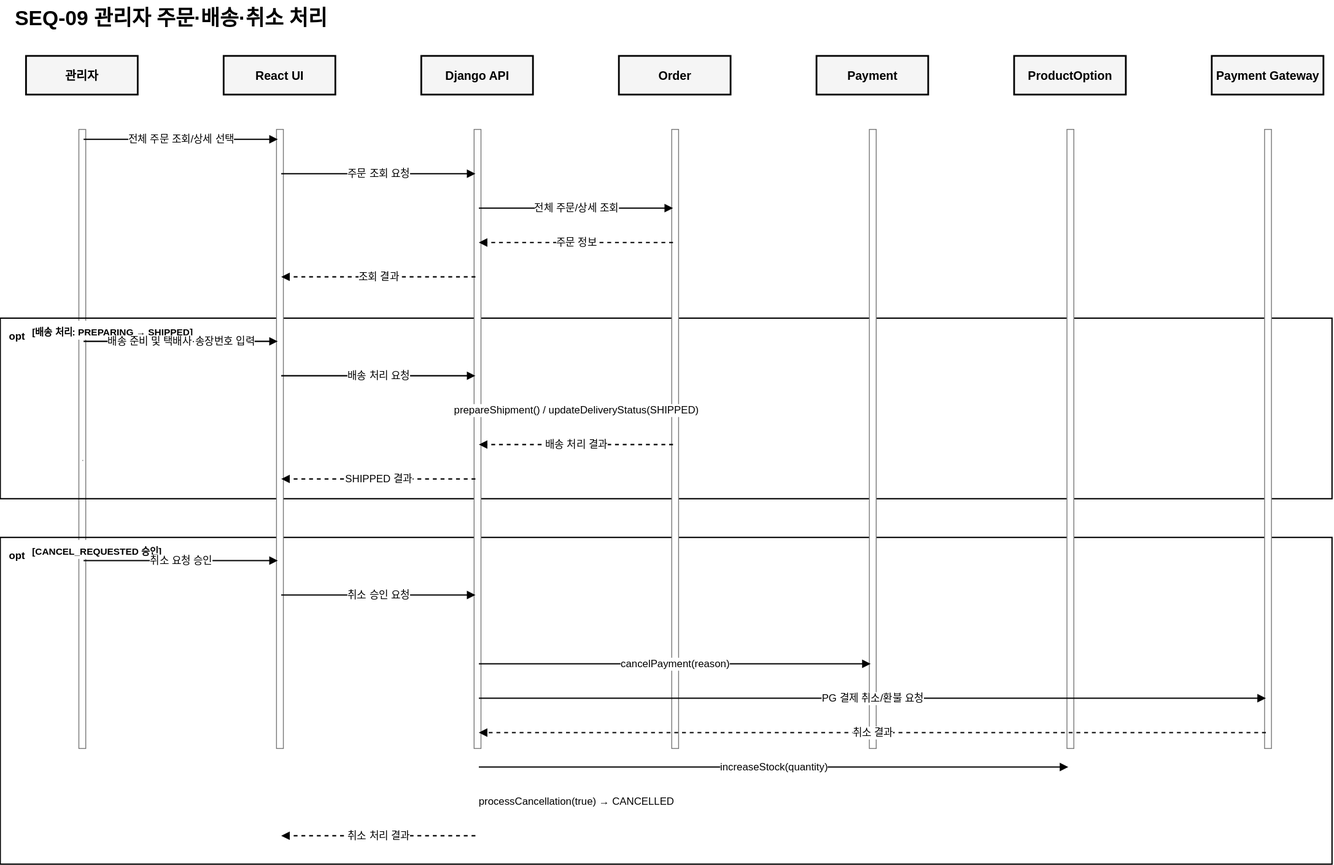
The draw.io diagram docs/frontend/sequence-diagrams/sequence-diagram-seq-09.drawio.svg in seren-wib/coffee-shop, before a commit. Source tidied: cells renumbered, new cells last; positions are measured from the earlier drawing's top-left corner, leaving out a move shared by most shapes. Source of this version:
```xml
<mxGraphModel>
  <root>
    <mxCell id="0" />
    <mxCell id="1" parent="0" />
    <mxCell id="2" style="rounded=0;html=1;strokeColor=#777777;fillColor=#ffffff;" parent="1" vertex="1">
      <mxGeometry x="91" y="150" width="8" height="720" as="geometry" />
    </mxCell>
    <mxCell id="3" value="SEQ-09 관리자 주문·배송·취소 처리" style="text;html=1;strokeColor=none;fillColor=none;fontSize=24;fontStyle=1;" parent="1" vertex="1">
      <mxGeometry x="15" width="1450" height="40" as="geometry" />
    </mxCell>
    <mxCell id="4" value="opt" style="rounded=0;whiteSpace=wrap;html=1;strokeWidth=1.5;fillColor=none;fontSize=12;fontStyle=1;align=left;verticalAlign=top;spacingTop=7;spacingLeft=8;" parent="1" vertex="1">
      <mxGeometry y="370" width="1550" height="210" as="geometry" />
    </mxCell>
    <mxCell id="5" value="[배송 처리: PREPARING → SHIPPED]" style="text;html=1;strokeColor=none;fillColor=#ffffff;fontSize=11;fontStyle=1;align=left;" parent="1" vertex="1">
      <mxGeometry x="35" y="373" width="260" height="22" as="geometry" />
    </mxCell>
    <mxCell id="6" value="opt" style="rounded=0;whiteSpace=wrap;html=1;strokeWidth=1.5;fillColor=none;fontSize=12;fontStyle=1;align=left;verticalAlign=top;spacingTop=7;spacingLeft=8;" parent="1" vertex="1">
      <mxGeometry y="625" width="1550" height="380" as="geometry" />
    </mxCell>
    <mxCell id="7" value="[CANCEL_REQUESTED 승인]" style="text;html=1;strokeColor=none;fillColor=#ffffff;fontSize=11;fontStyle=1;align=left;" parent="1" vertex="1">
      <mxGeometry x="35" y="628" width="260" height="22" as="geometry" />
    </mxCell>
    <mxCell id="8" value="관리자" style="rounded=0;whiteSpace=wrap;html=1;strokeWidth=2;fillColor=#f5f5f5;fontStyle=1;fontSize=14;" parent="1" vertex="1">
      <mxGeometry x="30" y="65" width="130" height="45" as="geometry" />
    </mxCell>
    <mxCell id="9" style="shape=line;html=1;strokeWidth=1.2;dashed=1;strokeColor=#777777;" parent="1" vertex="1">
      <mxGeometry x="95" y="110" width="1" height="850" as="geometry" />
    </mxCell>
    <mxCell id="10" value="React UI" style="rounded=0;whiteSpace=wrap;html=1;strokeWidth=2;fillColor=#f5f5f5;fontStyle=1;fontSize=14;" parent="1" vertex="1">
      <mxGeometry x="260" y="65" width="130" height="45" as="geometry" />
    </mxCell>
    <mxCell id="11" style="shape=line;html=1;strokeWidth=1.2;dashed=1;strokeColor=#777777;" parent="1" vertex="1">
      <mxGeometry x="325" y="110" width="1" height="850" as="geometry" />
    </mxCell>
    <mxCell id="12" style="rounded=0;html=1;strokeColor=#777777;fillColor=#ffffff;" parent="1" vertex="1">
      <mxGeometry x="321" y="150" width="8" height="720" as="geometry" />
    </mxCell>
    <mxCell id="13" value="Django API" style="rounded=0;whiteSpace=wrap;html=1;strokeWidth=2;fillColor=#f5f5f5;fontStyle=1;fontSize=14;" parent="1" vertex="1">
      <mxGeometry x="490" y="65" width="130" height="45" as="geometry" />
    </mxCell>
    <mxCell id="14" style="shape=line;html=1;strokeWidth=1.2;dashed=1;strokeColor=#777777;" parent="1" vertex="1">
      <mxGeometry x="555" y="110" width="1" height="850" as="geometry" />
    </mxCell>
    <mxCell id="15" style="rounded=0;html=1;strokeColor=#777777;fillColor=#ffffff;" parent="1" vertex="1">
      <mxGeometry x="551" y="150" width="8" height="720" as="geometry" />
    </mxCell>
    <mxCell id="16" value="Order" style="rounded=0;whiteSpace=wrap;html=1;strokeWidth=2;fillColor=#f5f5f5;fontStyle=1;fontSize=14;" parent="1" vertex="1">
      <mxGeometry x="720" y="65" width="130" height="45" as="geometry" />
    </mxCell>
    <mxCell id="17" style="shape=line;html=1;strokeWidth=1.2;dashed=1;strokeColor=#777777;" parent="1" vertex="1">
      <mxGeometry x="785" y="110" width="1" height="850" as="geometry" />
    </mxCell>
    <mxCell id="18" style="rounded=0;html=1;strokeColor=#777777;fillColor=#ffffff;" parent="1" vertex="1">
      <mxGeometry x="781" y="150" width="8" height="720" as="geometry" />
    </mxCell>
    <mxCell id="19" value="Payment" style="rounded=0;whiteSpace=wrap;html=1;strokeWidth=2;fillColor=#f5f5f5;fontStyle=1;fontSize=14;" parent="1" vertex="1">
      <mxGeometry x="950" y="65" width="130" height="45" as="geometry" />
    </mxCell>
    <mxCell id="20" style="shape=line;html=1;strokeWidth=1.2;dashed=1;strokeColor=#777777;" parent="1" vertex="1">
      <mxGeometry x="1015" y="110" width="1" height="850" as="geometry" />
    </mxCell>
    <mxCell id="21" style="rounded=0;html=1;strokeColor=#777777;fillColor=#ffffff;" parent="1" vertex="1">
      <mxGeometry x="1011" y="150" width="8" height="720" as="geometry" />
    </mxCell>
    <mxCell id="22" value="ProductOption" style="rounded=0;whiteSpace=wrap;html=1;strokeWidth=2;fillColor=#f5f5f5;fontStyle=1;fontSize=14;" parent="1" vertex="1">
      <mxGeometry x="1180" y="65" width="130" height="45" as="geometry" />
    </mxCell>
    <mxCell id="23" style="shape=line;html=1;strokeWidth=1.2;dashed=1;strokeColor=#777777;" parent="1" vertex="1">
      <mxGeometry x="1245" y="110" width="1" height="850" as="geometry" />
    </mxCell>
    <mxCell id="24" style="rounded=0;html=1;strokeColor=#777777;fillColor=#ffffff;" parent="1" vertex="1">
      <mxGeometry x="1241" y="150" width="8" height="720" as="geometry" />
    </mxCell>
    <mxCell id="25" value="Payment Gateway" style="rounded=0;whiteSpace=wrap;html=1;strokeWidth=2;fillColor=#f5f5f5;fontStyle=1;fontSize=14;" parent="1" vertex="1">
      <mxGeometry x="1410" y="65" width="130" height="45" as="geometry" />
    </mxCell>
    <mxCell id="26" style="shape=line;html=1;strokeWidth=1.2;dashed=1;strokeColor=#777777;" parent="1" vertex="1">
      <mxGeometry x="1475" y="110" width="1" height="850" as="geometry" />
    </mxCell>
    <mxCell id="27" style="rounded=0;html=1;strokeColor=#777777;fillColor=#ffffff;" parent="1" vertex="1">
      <mxGeometry x="1471" y="150" width="8" height="720" as="geometry" />
    </mxCell>
    <mxCell id="28" style="ellipse;html=1;strokeColor=none;fillColor=none;" parent="1" vertex="1">
      <mxGeometry x="93" y="160" width="4" height="4" as="geometry" />
    </mxCell>
    <mxCell id="29" style="ellipse;html=1;strokeColor=none;fillColor=none;" parent="1" vertex="1">
      <mxGeometry x="323" y="160" width="4" height="4" as="geometry" />
    </mxCell>
    <mxCell id="30" value="전체 주문 조회/상세 선택" style="edgeStyle=none;html=1;endArrow=block;endFill=1;strokeWidth=1.5;fontSize=12;labelBackgroundColor=#ffffff;" parent="1" edge="1" source="28" target="29">
      <mxGeometry relative="1" as="geometry" />
    </mxCell>
    <mxCell id="31" style="ellipse;html=1;strokeColor=none;fillColor=none;" parent="1" vertex="1">
      <mxGeometry x="323" y="200" width="4" height="4" as="geometry" />
    </mxCell>
    <mxCell id="32" style="ellipse;html=1;strokeColor=none;fillColor=none;" parent="1" vertex="1">
      <mxGeometry x="553" y="200" width="4" height="4" as="geometry" />
    </mxCell>
    <mxCell id="33" value="주문 조회 요청" style="edgeStyle=none;html=1;endArrow=block;endFill=1;strokeWidth=1.5;fontSize=12;labelBackgroundColor=#ffffff;" parent="1" edge="1" source="31" target="32">
      <mxGeometry relative="1" as="geometry" />
    </mxCell>
    <mxCell id="34" style="ellipse;html=1;strokeColor=none;fillColor=none;" parent="1" vertex="1">
      <mxGeometry x="553" y="240" width="4" height="4" as="geometry" />
    </mxCell>
    <mxCell id="35" style="ellipse;html=1;strokeColor=none;fillColor=none;" parent="1" vertex="1">
      <mxGeometry x="783" y="240" width="4" height="4" as="geometry" />
    </mxCell>
    <mxCell id="36" value="전체 주문/상세 조회" style="edgeStyle=none;html=1;endArrow=block;endFill=1;strokeWidth=1.5;fontSize=12;labelBackgroundColor=#ffffff;" parent="1" edge="1" source="34" target="35">
      <mxGeometry relative="1" as="geometry" />
    </mxCell>
    <mxCell id="37" style="ellipse;html=1;strokeColor=none;fillColor=none;" parent="1" vertex="1">
      <mxGeometry x="783" y="280" width="4" height="4" as="geometry" />
    </mxCell>
    <mxCell id="38" style="ellipse;html=1;strokeColor=none;fillColor=none;" parent="1" vertex="1">
      <mxGeometry x="553" y="280" width="4" height="4" as="geometry" />
    </mxCell>
    <mxCell id="39" value="주문 정보" style="edgeStyle=none;html=1;endArrow=block;endFill=1;strokeWidth=1.5;fontSize=12;labelBackgroundColor=#ffffff;dashed=1;" parent="1" edge="1" source="37" target="38">
      <mxGeometry relative="1" as="geometry" />
    </mxCell>
    <mxCell id="40" style="ellipse;html=1;strokeColor=none;fillColor=none;" parent="1" vertex="1">
      <mxGeometry x="553" y="320" width="4" height="4" as="geometry" />
    </mxCell>
    <mxCell id="41" style="ellipse;html=1;strokeColor=none;fillColor=none;" parent="1" vertex="1">
      <mxGeometry x="323" y="320" width="4" height="4" as="geometry" />
    </mxCell>
    <mxCell id="42" value="조회 결과" style="edgeStyle=none;html=1;endArrow=block;endFill=1;strokeWidth=1.5;fontSize=12;labelBackgroundColor=#ffffff;dashed=1;" parent="1" edge="1" source="40" target="41">
      <mxGeometry relative="1" as="geometry" />
    </mxCell>
    <mxCell id="43" style="ellipse;html=1;strokeColor=none;fillColor=none;" parent="1" vertex="1">
      <mxGeometry x="93" y="395" width="4" height="4" as="geometry" />
    </mxCell>
    <mxCell id="44" style="ellipse;html=1;strokeColor=none;fillColor=none;" parent="1" vertex="1">
      <mxGeometry x="323" y="395" width="4" height="4" as="geometry" />
    </mxCell>
    <mxCell id="45" value="배송 준비 및 택배사·송장번호 입력" style="edgeStyle=none;html=1;endArrow=block;endFill=1;strokeWidth=1.5;fontSize=12;labelBackgroundColor=#ffffff;" parent="1" edge="1" source="43" target="44">
      <mxGeometry relative="1" as="geometry" />
    </mxCell>
    <mxCell id="46" style="ellipse;html=1;strokeColor=none;fillColor=none;" parent="1" vertex="1">
      <mxGeometry x="323" y="435" width="4" height="4" as="geometry" />
    </mxCell>
    <mxCell id="47" style="ellipse;html=1;strokeColor=none;fillColor=none;" parent="1" vertex="1">
      <mxGeometry x="553" y="435" width="4" height="4" as="geometry" />
    </mxCell>
    <mxCell id="48" value="배송 처리 요청" style="edgeStyle=none;html=1;endArrow=block;endFill=1;strokeWidth=1.5;fontSize=12;labelBackgroundColor=#ffffff;" parent="1" edge="1" source="46" target="47">
      <mxGeometry relative="1" as="geometry" />
    </mxCell>
    <mxCell id="49" style="ellipse;html=1;strokeColor=none;fillColor=none;" parent="1" vertex="1">
      <mxGeometry x="553" y="475" width="4" height="4" as="geometry" />
    </mxCell>
    <mxCell id="50" style="ellipse;html=1;strokeColor=none;fillColor=none;" parent="1" vertex="1">
      <mxGeometry x="783" y="475" width="4" height="4" as="geometry" />
    </mxCell>
    <mxCell id="51" value="prepareShipment() / updateDeliveryStatus(SHIPPED)" style="edgeStyle=none;html=1;endArrow=block;endFill=1;strokeWidth=1.5;fontSize=12;labelBackgroundColor=#ffffff;" parent="1" edge="1" source="49" target="50">
      <mxGeometry relative="1" as="geometry" />
    </mxCell>
    <mxCell id="52" style="ellipse;html=1;strokeColor=none;fillColor=none;" parent="1" vertex="1">
      <mxGeometry x="783" y="515" width="4" height="4" as="geometry" />
    </mxCell>
    <mxCell id="53" style="ellipse;html=1;strokeColor=none;fillColor=none;" parent="1" vertex="1">
      <mxGeometry x="553" y="515" width="4" height="4" as="geometry" />
    </mxCell>
    <mxCell id="54" value="배송 처리 결과" style="edgeStyle=none;html=1;endArrow=block;endFill=1;strokeWidth=1.5;fontSize=12;labelBackgroundColor=#ffffff;dashed=1;" parent="1" edge="1" source="52" target="53">
      <mxGeometry relative="1" as="geometry" />
    </mxCell>
    <mxCell id="55" style="ellipse;html=1;strokeColor=none;fillColor=none;" parent="1" vertex="1">
      <mxGeometry x="553" y="555" width="4" height="4" as="geometry" />
    </mxCell>
    <mxCell id="56" style="ellipse;html=1;strokeColor=none;fillColor=none;" parent="1" vertex="1">
      <mxGeometry x="323" y="555" width="4" height="4" as="geometry" />
    </mxCell>
    <mxCell id="57" value="SHIPPED 결과" style="edgeStyle=none;html=1;endArrow=block;endFill=1;strokeWidth=1.5;fontSize=12;labelBackgroundColor=#ffffff;dashed=1;" parent="1" edge="1" source="55" target="56">
      <mxGeometry relative="1" as="geometry" />
    </mxCell>
    <mxCell id="58" style="ellipse;html=1;strokeColor=none;fillColor=none;" parent="1" vertex="1">
      <mxGeometry x="93" y="650" width="4" height="4" as="geometry" />
    </mxCell>
    <mxCell id="59" style="ellipse;html=1;strokeColor=none;fillColor=none;" parent="1" vertex="1">
      <mxGeometry x="323" y="650" width="4" height="4" as="geometry" />
    </mxCell>
    <mxCell id="60" value="취소 요청 승인" style="edgeStyle=none;html=1;endArrow=block;endFill=1;strokeWidth=1.5;fontSize=12;labelBackgroundColor=#ffffff;" parent="1" edge="1" source="58" target="59">
      <mxGeometry relative="1" as="geometry" />
    </mxCell>
    <mxCell id="61" style="ellipse;html=1;strokeColor=none;fillColor=none;" parent="1" vertex="1">
      <mxGeometry x="323" y="690" width="4" height="4" as="geometry" />
    </mxCell>
    <mxCell id="62" style="ellipse;html=1;strokeColor=none;fillColor=none;" parent="1" vertex="1">
      <mxGeometry x="553" y="690" width="4" height="4" as="geometry" />
    </mxCell>
    <mxCell id="63" value="취소 승인 요청" style="edgeStyle=none;html=1;endArrow=block;endFill=1;strokeWidth=1.5;fontSize=12;labelBackgroundColor=#ffffff;" parent="1" edge="1" source="61" target="62">
      <mxGeometry relative="1" as="geometry" />
    </mxCell>
    <mxCell id="64" style="ellipse;html=1;strokeColor=none;fillColor=none;" parent="1" vertex="1">
      <mxGeometry x="553" y="770" width="4" height="4" as="geometry" />
    </mxCell>
    <mxCell id="65" style="ellipse;html=1;strokeColor=none;fillColor=none;" parent="1" vertex="1">
      <mxGeometry x="1013" y="770" width="4" height="4" as="geometry" />
    </mxCell>
    <mxCell id="66" value="cancelPayment(reason)" style="edgeStyle=none;html=1;endArrow=block;endFill=1;strokeWidth=1.5;fontSize=12;labelBackgroundColor=#ffffff;" parent="1" edge="1" source="64" target="65">
      <mxGeometry relative="1" as="geometry" />
    </mxCell>
    <mxCell id="67" style="ellipse;html=1;strokeColor=none;fillColor=none;" parent="1" vertex="1">
      <mxGeometry x="553" y="810" width="4" height="4" as="geometry" />
    </mxCell>
    <mxCell id="68" style="ellipse;html=1;strokeColor=none;fillColor=none;" parent="1" vertex="1">
      <mxGeometry x="1473" y="810" width="4" height="4" as="geometry" />
    </mxCell>
    <mxCell id="69" value="PG 결제 취소/환불 요청" style="edgeStyle=none;html=1;endArrow=block;endFill=1;strokeWidth=1.5;fontSize=12;labelBackgroundColor=#ffffff;" parent="1" edge="1" source="67" target="68">
      <mxGeometry relative="1" as="geometry" />
    </mxCell>
    <mxCell id="70" style="ellipse;html=1;strokeColor=none;fillColor=none;" parent="1" vertex="1">
      <mxGeometry x="1473" y="850" width="4" height="4" as="geometry" />
    </mxCell>
    <mxCell id="71" style="ellipse;html=1;strokeColor=none;fillColor=none;" parent="1" vertex="1">
      <mxGeometry x="553" y="850" width="4" height="4" as="geometry" />
    </mxCell>
    <mxCell id="72" value="취소 결과" style="edgeStyle=none;html=1;endArrow=block;endFill=1;strokeWidth=1.5;fontSize=12;labelBackgroundColor=#ffffff;dashed=1;" parent="1" edge="1" source="70" target="71">
      <mxGeometry relative="1" as="geometry" />
    </mxCell>
    <mxCell id="73" style="ellipse;html=1;strokeColor=none;fillColor=none;" parent="1" vertex="1">
      <mxGeometry x="553" y="890" width="4" height="4" as="geometry" />
    </mxCell>
    <mxCell id="74" style="ellipse;html=1;strokeColor=none;fillColor=none;" parent="1" vertex="1">
      <mxGeometry x="1243" y="890" width="4" height="4" as="geometry" />
    </mxCell>
    <mxCell id="75" value="increaseStock(quantity)" style="edgeStyle=none;html=1;endArrow=block;endFill=1;strokeWidth=1.5;fontSize=12;labelBackgroundColor=#ffffff;" parent="1" edge="1" source="73" target="74">
      <mxGeometry relative="1" as="geometry" />
    </mxCell>
    <mxCell id="76" style="ellipse;html=1;strokeColor=none;fillColor=none;" parent="1" vertex="1">
      <mxGeometry x="553" y="930" width="4" height="4" as="geometry" />
    </mxCell>
    <mxCell id="77" style="ellipse;html=1;strokeColor=none;fillColor=none;" parent="1" vertex="1">
      <mxGeometry x="783" y="930" width="4" height="4" as="geometry" />
    </mxCell>
    <mxCell id="78" value="processCancellation(true) → CANCELLED" style="edgeStyle=none;html=1;endArrow=block;endFill=1;strokeWidth=1.5;fontSize=12;labelBackgroundColor=#ffffff;" parent="1" edge="1" source="76" target="77">
      <mxGeometry relative="1" as="geometry" />
    </mxCell>
    <mxCell id="79" style="ellipse;html=1;strokeColor=none;fillColor=none;" parent="1" vertex="1">
      <mxGeometry x="553" y="970" width="4" height="4" as="geometry" />
    </mxCell>
    <mxCell id="80" style="ellipse;html=1;strokeColor=none;fillColor=none;" parent="1" vertex="1">
      <mxGeometry x="323" y="970" width="4" height="4" as="geometry" />
    </mxCell>
    <mxCell id="81" value="취소 처리 결과" style="edgeStyle=none;html=1;endArrow=block;endFill=1;strokeWidth=1.5;fontSize=12;labelBackgroundColor=#ffffff;dashed=1;" parent="1" edge="1" source="79" target="80">
      <mxGeometry relative="1" as="geometry" />
    </mxCell>
  </root>
</mxGraphModel>
```
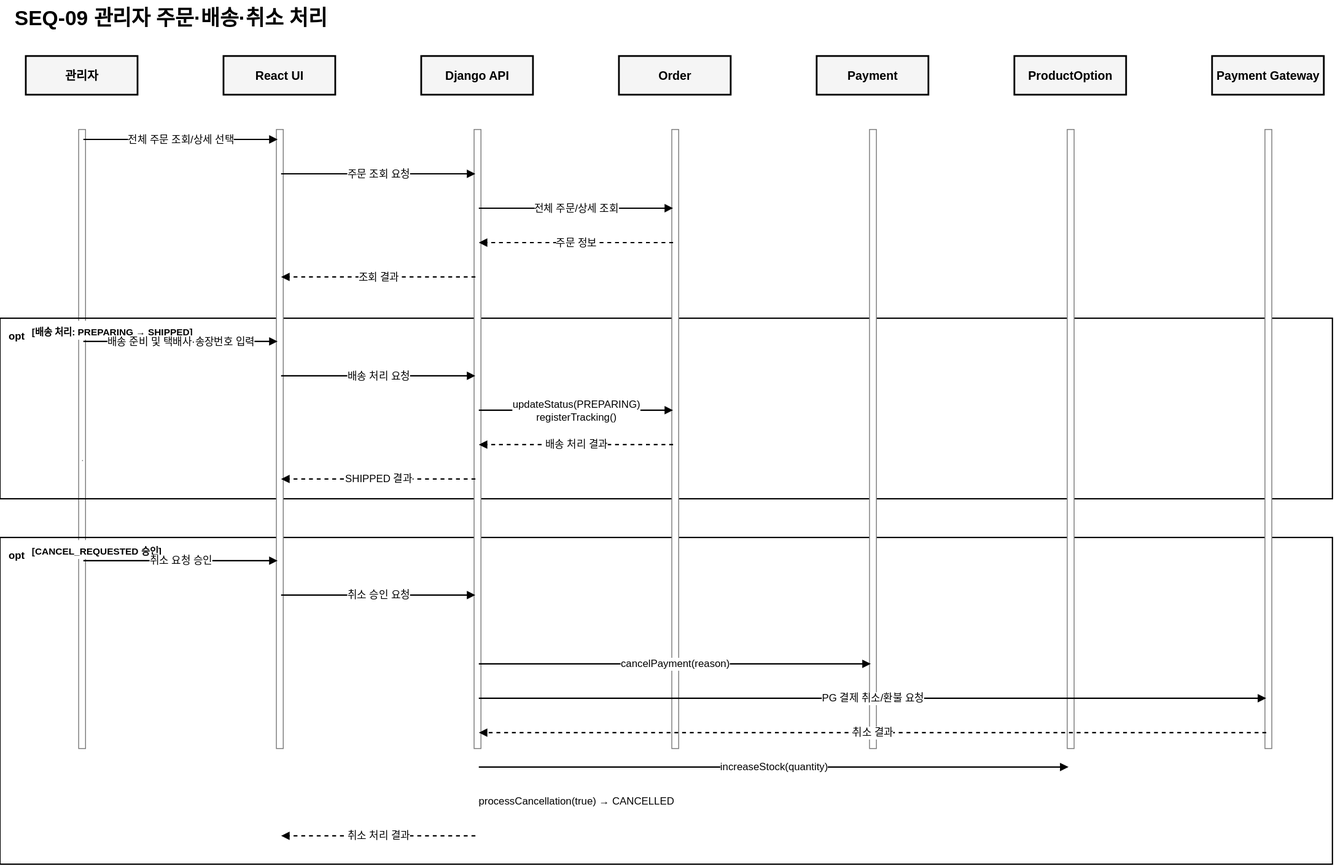
Above is the later version.

Change to the diagram source:
```diff
@@ -149,7 +149,7 @@
     <mxCell id="50" style="ellipse;html=1;strokeColor=none;fillColor=none;" parent="1" vertex="1">
       <mxGeometry x="783" y="475" width="4" height="4" as="geometry" />
     </mxCell>
-    <mxCell id="51" value="prepareShipment() / updateDeliveryStatus(SHIPPED)" style="edgeStyle=none;html=1;endArrow=block;endFill=1;strokeWidth=1.5;fontSize=12;labelBackgroundColor=#ffffff;" parent="1" edge="1" source="49" target="50">
+    <mxCell id="51" value="updateStatus(PREPARING)&lt;br&gt;registerTracking()" style="edgeStyle=none;html=1;endArrow=block;endFill=1;strokeWidth=1.5;fontSize=12;labelBackgroundColor=#ffffff;" parent="1" edge="1" source="49" target="50">
       <mxGeometry relative="1" as="geometry" />
     </mxCell>
     <mxCell id="52" style="ellipse;html=1;strokeColor=none;fillColor=none;" parent="1" vertex="1">
```
